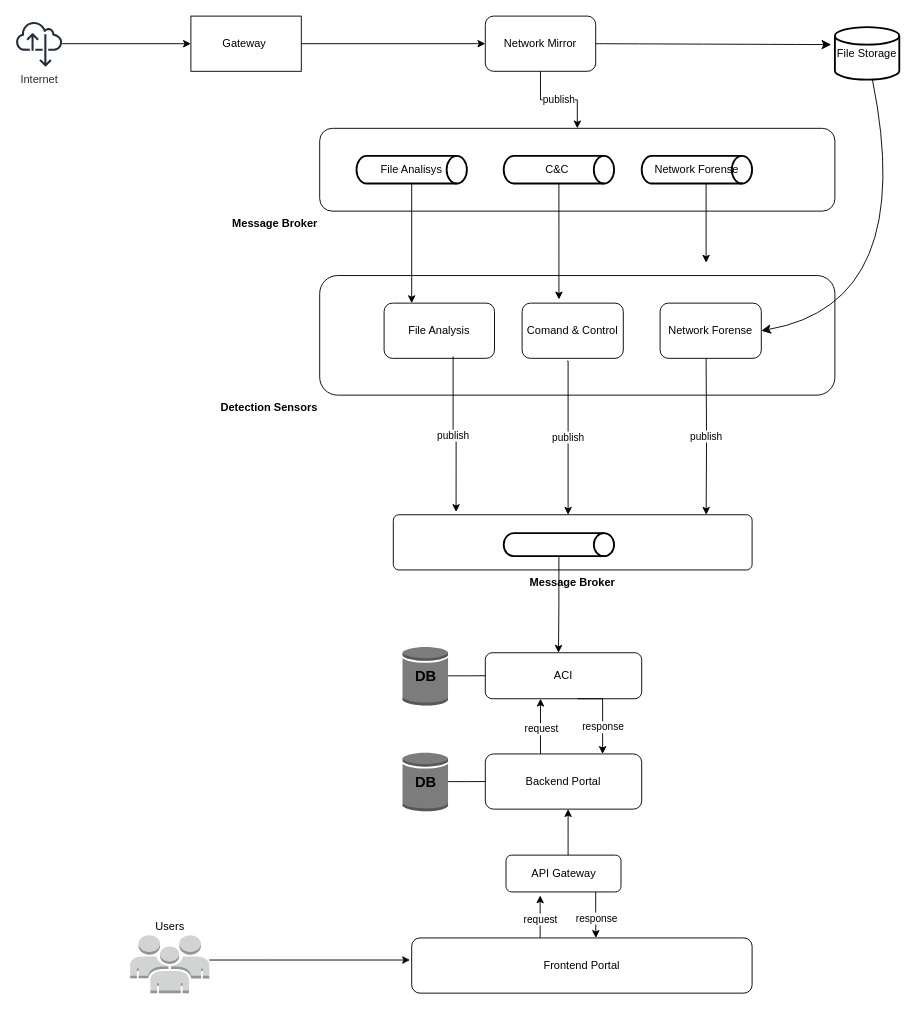
wendersonsouza/CyberFortNexus keeps this draw.io diagram as Untitled Diagram.drawio. Above is the earlier version. Source tidied: cells renumbered, new cells numbered last; positions are measured from the earlier drawing's top-left corner, leaving out a move shared by most shapes. Both pictures are drawn from the tidied source at 92%, with x=0, y=0 at pixel (16, 16).
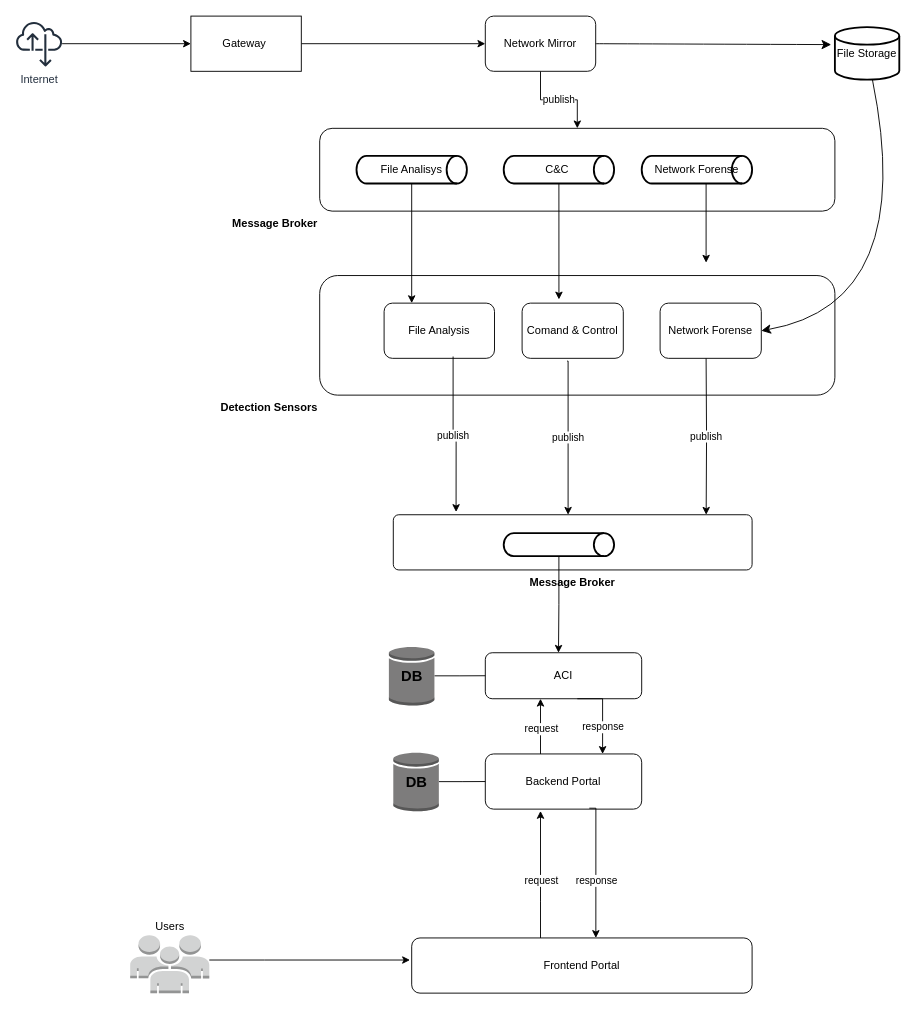
After the change.

Unchanged cells that the change refers to:
```xml
<mxCell id="22" value="Backend Portal" style="rounded=1;whiteSpace=wrap;html=1;" parent="1" vertex="1">
  <mxGeometry x="510" y="802" width="170" height="60" as="geometry" />
</mxCell>
<mxCell id="39" value="Frontend Portal" style="rounded=1;whiteSpace=wrap;html=1;" parent="1" vertex="1">
  <mxGeometry x="430" y="1002" width="370" height="60" as="geometry" />
</mxCell>
```

Change to the diagram source:
```diff
@@
-    <mxCell id="23" style="edgeStyle=orthogonalEdgeStyle;rounded=0;jettySize=auto;html=1;" parent="1" edge="1" source="24">
-      <mxGeometry relative="1" as="geometry">
-        <mxPoint x="600" y="862" as="targetPoint" />
-        <Array as="points">
-          <mxPoint x="600" y="892" />
-          <mxPoint x="600" y="892" />
-        </Array>
-      </mxGeometry>
-    </mxCell>
-    <mxCell id="24" value="API Gateway" style="rounded=1;whiteSpace=wrap;html=1;" parent="1" vertex="1">
-      <mxGeometry x="532.5" y="912" width="125" height="40" as="geometry" />
-    </mxCell>
@@
     <mxCell id="31" value="DB" style="outlineConnect=0;dashed=0;verticalLabelPosition=middle;verticalAlign=middle;align=center;html=1;shape=mxgraph.aws3.generic_database;fillColor=#7D7C7C;gradientColor=none;fontSize=16;fontStyle=1;labelPosition=center;" parent="1" vertex="1">
-      <mxGeometry x="420" y="684.8" width="49.5" height="64.5" as="geometry" />
+      <mxGeometry x="405.2" y="684.8" width="49.5" height="64.5" as="geometry" />
     </mxCell>
@@
     <mxCell id="36" value="DB" style="outlineConnect=0;dashed=0;verticalLabelPosition=middle;verticalAlign=middle;align=center;html=1;shape=mxgraph.aws3.generic_database;fillColor=#7D7C7C;gradientColor=none;labelPosition=center;fontSize=16;fontStyle=1;" parent="1" vertex="1">
-      <mxGeometry x="420" y="799.8" width="49.5" height="64.5" as="geometry" />
+      <mxGeometry x="410" y="799.8" width="49.5" height="64.5" as="geometry" />
     </mxCell>
@@
-    <mxCell id="40" style="edgeStyle=orthogonalEdgeStyle;rounded=0;jettySize=auto;html=1;entryX=0.297;entryY=1.096;entryDx=0;entryDy=0;entryPerimeter=0;" parent="1" edge="1" source="39" target="24">
+    <mxCell id="40" style="edgeStyle=orthogonalEdgeStyle;rounded=0;jettySize=auto;html=1;entryX=0.353;entryY=1.033;entryDx=0;entryDy=0;entryPerimeter=0;" parent="1" edge="1" source="39" target="22">
       <mxGeometry relative="1" as="geometry">
         <Array as="points">
-          <mxPoint x="570" y="977" />
+          <mxPoint x="570" y="962" />
+          <mxPoint x="570" y="962" />
         </Array>
       </mxGeometry>
     </mxCell>
@@
-    <mxCell id="42" style="edgeStyle=orthogonalEdgeStyle;rounded=0;jettySize=auto;html=1;entryX=0.541;entryY=0;entryDx=0;entryDy=0;entryPerimeter=0;" parent="1" edge="1" source="24" target="39">
+    <mxCell id="42" style="edgeStyle=orthogonalEdgeStyle;rounded=0;jettySize=auto;html=1;entryX=0.541;entryY=0;entryDx=0;entryDy=0;entryPerimeter=0;exitX=0.665;exitY=0.983;exitDx=0;exitDy=0;exitPerimeter=0;" parent="1" edge="1" source="22" target="39">
       <mxGeometry relative="1" as="geometry">
         <Array as="points">
-          <mxPoint x="630" y="972" />
-          <mxPoint x="630" y="972" />
+          <mxPoint x="630" y="861" />
         </Array>
       </mxGeometry>
     </mxCell>
```
